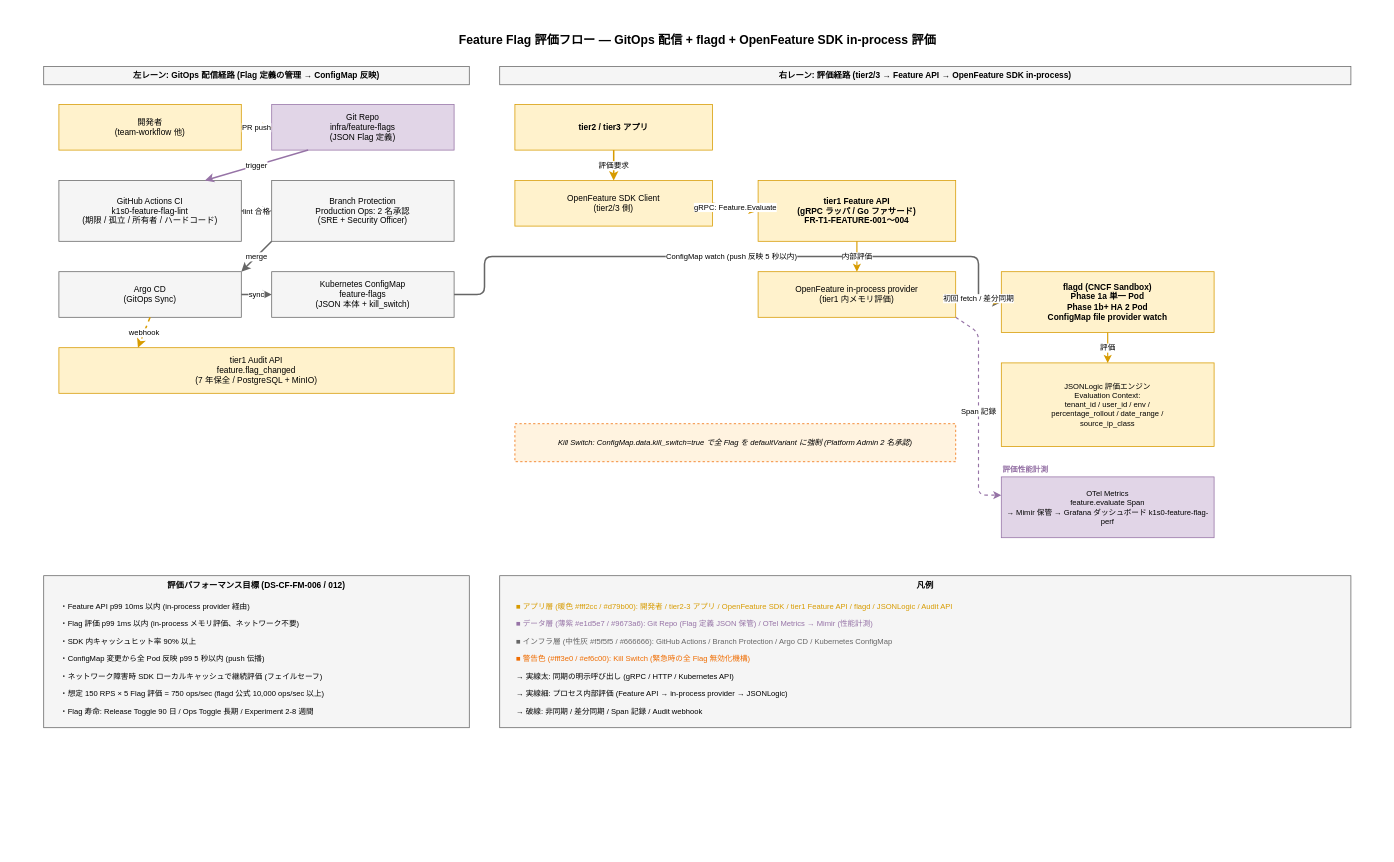
RyuheiKiso/k1s0 keeps this draw.io diagram as docs/04_概要設計/30_共通機能方式設計/img/feature_flag_flow.drawio. Above is the earlier version. Source tidied: cells renumbered, new cells numbered last; positions are measured from the earlier drawing's top-left corner, leaving out a move shared by most shapes. Both pictures are drawn from the tidied source at 76%, with x=0, y=0 at pixel (13, 13).
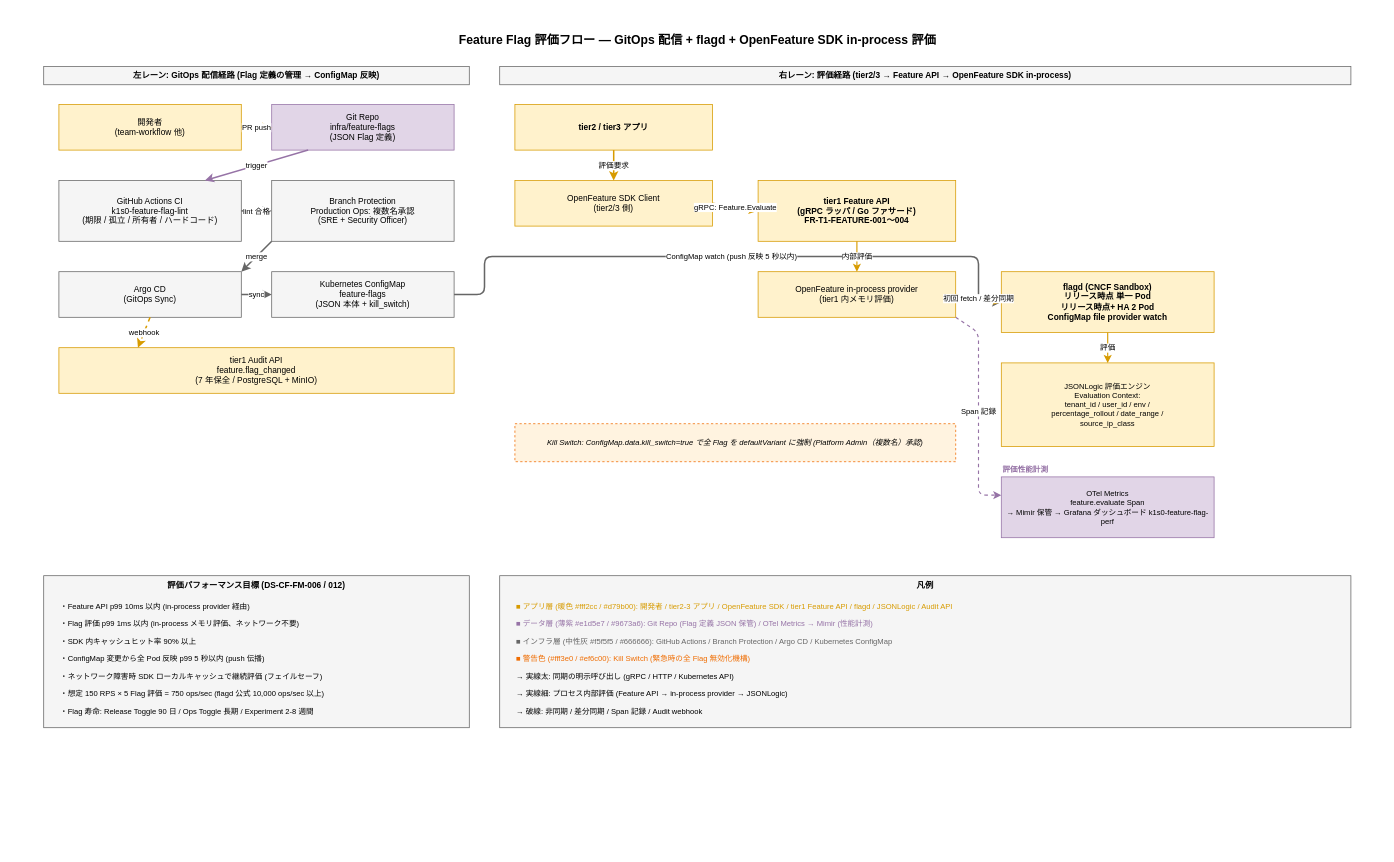
The same diagram, later.

What changed in the source:
```diff
@@
-    <mxCell id="9" value="Branch Protection&#10;Production Ops: 2 名承認&#10;(SRE + Security Officer)" style="rounded=0;whiteSpace=wrap;html=1;fillColor=#f5f5f5;strokeColor=#666666;fontSize=11;" parent="1" vertex="1">
+    <mxCell id="9" value="Branch Protection&#10;Production Ops: 複数名承認&#10;(SRE + Security Officer)" style="rounded=0;whiteSpace=wrap;html=1;fillColor=#f5f5f5;strokeColor=#666666;fontSize=11;" parent="1" vertex="1">
       <mxGeometry x="340" y="220" width="240" height="80" as="geometry" />
     </mxCell>
@@
-    <mxCell id="17" value="flagd (CNCF Sandbox)&#10;Phase 1a 単一 Pod&#10;Phase 1b+ HA 2 Pod&#10;ConfigMap file provider watch" style="rounded=0;whiteSpace=wrap;html=1;fillColor=#fff2cc;strokeColor=#d79b00;fontSize=11;fontStyle=1;" parent="1" vertex="1">
+    <mxCell id="17" value="flagd (CNCF Sandbox)&#10;リリース時点 単一 Pod&#10;リリース時点+ HA 2 Pod&#10;ConfigMap file provider watch" style="rounded=0;whiteSpace=wrap;html=1;fillColor=#fff2cc;strokeColor=#d79b00;fontSize=11;fontStyle=1;" parent="1" vertex="1">
       <mxGeometry x="1300" y="340" width="280" height="80" as="geometry" />
     </mxCell>
@@
-    <mxCell id="19" value="Kill Switch: ConfigMap.data.kill_switch=true で全 Flag を defaultVariant に強制 (Platform Admin 2 名承認)" style="rounded=0;whiteSpace=wrap;html=1;fillColor=#fff3e0;strokeColor=#ef6c00;fontSize=10;fontStyle=2;dashed=1;" parent="1" vertex="1">
+    <mxCell id="19" value="Kill Switch: ConfigMap.data.kill_switch=true で全 Flag を defaultVariant に強制 (Platform Admin（複数名）承認)" style="rounded=0;whiteSpace=wrap;html=1;fillColor=#fff3e0;strokeColor=#ef6c00;fontSize=10;fontStyle=2;dashed=1;" parent="1" vertex="1">
       <mxGeometry x="660" y="540" width="580" height="50" as="geometry" />
     </mxCell>
```
